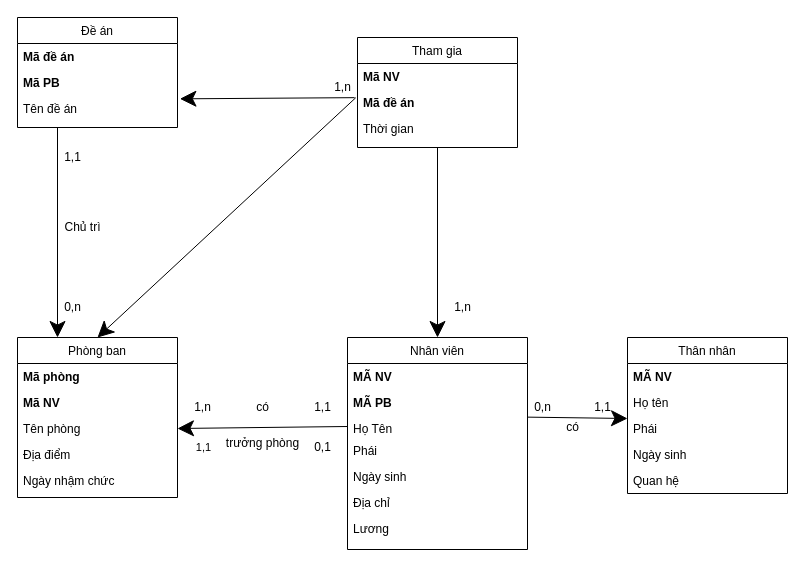
Above: Untitled Diagram.drawio in dhphuc2212/SQL (draw.io), before the change. Source tidied: cells renumbered, new cells numbered last; positions are measured from the earlier drawing's top-left corner, leaving out a move shared by most shapes. Both pictures are drawn from the tidied source at 100%, with x=0, y=0 at pixel (17, 17).
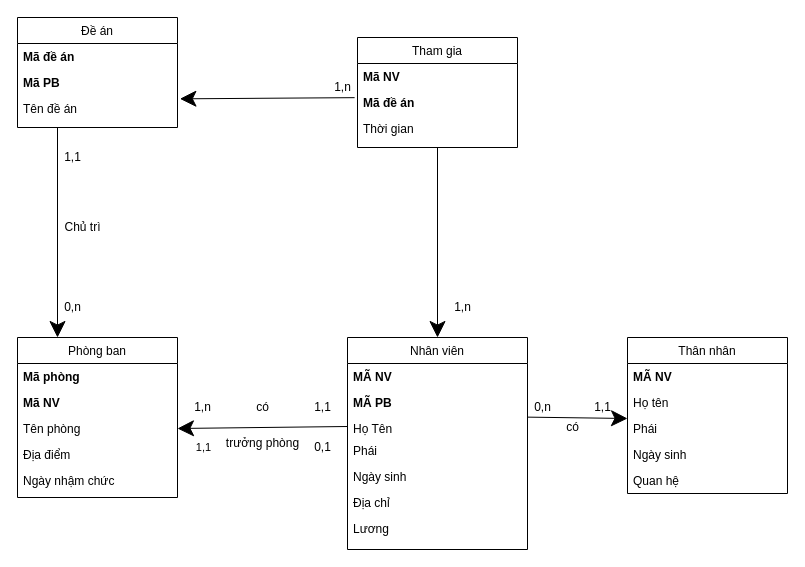
After the change.

The change refers to these unchanged cells:
```xml
<mxCell id="10" value="Phòng ban" style="swimlane;fontStyle=0;align=center;verticalAlign=top;horizontal=1;startSize=26;rounded=0;shadow=0;strokeWidth=1;" parent="1" vertex="1">
  <mxGeometry y="320" width="160" height="160" as="geometry" />
</mxCell>
<mxCell id="40" value="1,n" style="text;html=1;align=center;verticalAlign=middle;points=[];strokeColor=none;fillColor=none;" parent="1" vertex="1">
  <mxGeometry x="310" y="60" width="30" height="20" as="geometry" />
</mxCell>
```

What changed in the source:
```diff
@@
-    <mxCell id="35" style="endArrow=classic;html=1;startSize=14;endSize=14;sourcePerimeterSpacing=8;targetPerimeterSpacing=8;entryX=0.5;entryY=0;entryDx=0;entryDy=0;exitX=0.943;exitY=1.009;exitDx=0;exitDy=0;exitPerimeter=0;" parent="1" edge="1" source="40" target="10">
-      <mxGeometry relative="1" as="geometry" />
-    </mxCell>
```
